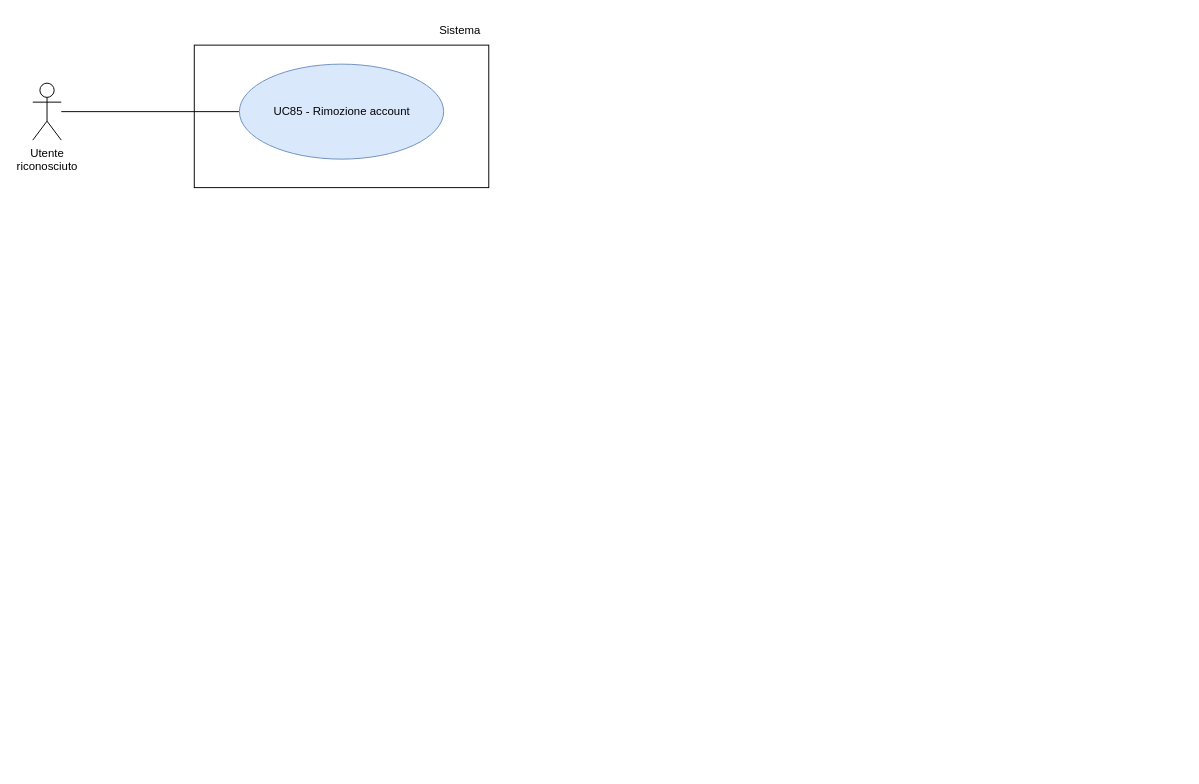
This is RTB/doc_esterna/analisi-dei-requisiti/assets/draw.io/UC85.drawio from thebitless-group-swe/thebitless.github.io, a draw.io file, before an edit. Source tidied: cells renumbered, new cells numbered last; positions are measured from the earlier drawing's top-left corner, leaving out a move shared by most shapes. Both pictures are drawn from the tidied source at 95%, with x=0, y=0 at pixel (32, 16).
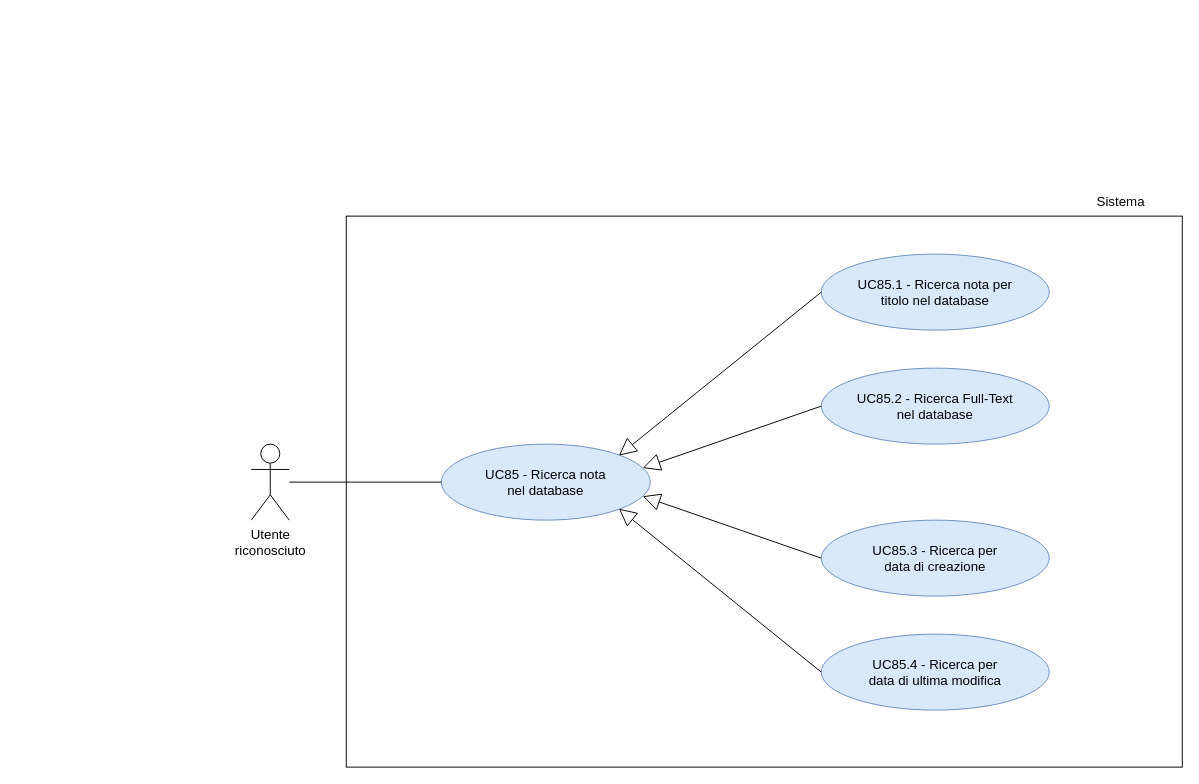
The same diagram, later.

What changed in the source:
```diff
@@
 <mxGraphModel>
   <root>
     <mxCell id="0" />
     <mxCell id="1" parent="0" />
-    <mxCell id="2" style="rounded=0;whiteSpace=wrap;html=1;" parent="1" vertex="1">
-      <mxGeometry x="170" y="30" width="310" height="150" as="geometry" />
-    </mxCell>
-    <mxCell id="3" style="rounded=0;jettySize=auto;html=1;entryX=0;entryY=0.5;entryDx=0;entryDy=0;endArrow=none;endFill=0;" parent="1" edge="1" source="4" target="6">
-      <mxGeometry relative="1" as="geometry" />
-    </mxCell>
+    <mxCell id="5" value="Sistema" style="text;html=1;align=center;verticalAlign=middle;strokeColor=none;fillColor=none;fontSize=14;" parent="1" vertex="1">
+      <mxGeometry x="1110" y="180" width="70" height="30" as="geometry" />
+    </mxCell>
+    <mxCell id="7" style="whiteSpace=wrap;html=1;fillColor=none;strokeColor=#000000;" parent="1" vertex="1">
+      <mxGeometry x="330" y="210" width="880" height="580" as="geometry" />
+    </mxCell>
-    <mxCell id="4" value="Utente&lt;div&gt;riconosciuto&lt;/div&gt;" style="shape=umlActor;verticalLabelPosition=bottom;verticalAlign=top;html=1;outlineConnect=0;" parent="1" vertex="1">
-      <mxGeometry y="70" width="30" height="60" as="geometry" />
+    <mxCell id="4" value="Utente&lt;br&gt;riconosciuto" style="shape=umlActor;verticalLabelPosition=bottom;verticalAlign=top;html=1;outlineConnect=0;fontSize=14;" parent="1" vertex="1">
+      <mxGeometry x="230" y="450" width="40" height="80" as="geometry" />
     </mxCell>
-    <mxCell id="5" value="Sistema" style="text;html=1;whiteSpace=wrap;strokeColor=none;fillColor=none;align=center;verticalAlign=middle;rounded=0;" parent="1" vertex="1">
-      <mxGeometry x="420" width="60" height="30" as="geometry" />
-    </mxCell>
-    <mxCell id="6" value="UC85 - Rimozione account" style="ellipse;whiteSpace=wrap;html=1;fillColor=#dae8fc;strokeColor=#6c8ebf;" parent="1" vertex="1">
-      <mxGeometry x="217.5" y="50" width="215" height="100" as="geometry" />
-    </mxCell>
+    <mxCell id="8" value="UC85 - Ricerca nota&lt;br&gt;nel database" style="ellipse;whiteSpace=wrap;html=1;fillColor=#dae8fc;strokeColor=#6c8ebf;fontSize=14;" parent="1" vertex="1">
+      <mxGeometry x="430" y="450" width="220" height="80" as="geometry" />
+    </mxCell>
+    <mxCell id="9" value="UC85.1 - Ricerca nota per&lt;br&gt;titolo nel database" style="ellipse;whiteSpace=wrap;html=1;fillColor=#dae8fc;strokeColor=#6c8ebf;fontSize=14;" parent="1" vertex="1">
+      <mxGeometry x="830" y="250" width="240" height="80" as="geometry" />
+    </mxCell>
+    <mxCell id="10" value="UC85.2 - Ricerca Full-Text&lt;br&gt;nel database" style="ellipse;whiteSpace=wrap;html=1;fillColor=#dae8fc;strokeColor=#6c8ebf;fontSize=14;" parent="1" vertex="1">
+      <mxGeometry x="830" y="370" width="240" height="80" as="geometry" />
+    </mxCell>
+    <mxCell id="11" value="UC85.3 - Ricerca per&lt;br&gt;data di creazione" style="ellipse;whiteSpace=wrap;html=1;fillColor=#dae8fc;strokeColor=#6c8ebf;fontSize=14;" parent="1" vertex="1">
+      <mxGeometry x="830" y="530" width="240" height="80" as="geometry" />
+    </mxCell>
+    <mxCell id="12" value="UC85.4 - Ricerca per&lt;br&gt;data di ultima modifica" style="ellipse;whiteSpace=wrap;html=1;fillColor=#dae8fc;strokeColor=#6c8ebf;fontSize=14;" parent="1" vertex="1">
+      <mxGeometry x="830" y="650" width="240" height="80" as="geometry" />
+    </mxCell>
+    <mxCell id="13" style="endArrow=none;html=1;rounded=0;entryX=0;entryY=0.5;entryDx=0;entryDy=0;" parent="1" edge="1" source="4" target="8">
+      <mxGeometry relative="1" as="geometry" />
+    </mxCell>
+    <mxCell id="14" style="endArrow=block;endSize=16;endFill=0;html=1;rounded=0;exitX=0;exitY=0.5;exitDx=0;exitDy=0;entryX=0.85;entryY=0.15;entryDx=0;entryDy=0;entryPerimeter=0;" parent="1" edge="1" source="9" target="8">
+      <mxGeometry relative="1" as="geometry" />
+    </mxCell>
+    <mxCell id="15" style="endArrow=block;endSize=16;endFill=0;html=1;rounded=0;exitX=0;exitY=0.5;exitDx=0;exitDy=0;entryX=1;entryY=0.3;entryDx=0;entryDy=0;" parent="1" edge="1" source="10" target="8">
+      <mxGeometry relative="1" as="geometry" />
+    </mxCell>
+    <mxCell id="16" style="endArrow=block;endSize=16;endFill=0;html=1;rounded=0;exitX=0;exitY=0.5;exitDx=0;exitDy=0;entryX=1;entryY=0.7;entryDx=0;entryDy=0;" parent="1" edge="1" source="11" target="8">
+      <mxGeometry relative="1" as="geometry" />
+    </mxCell>
+    <mxCell id="17" style="endArrow=block;endSize=16;endFill=0;html=1;rounded=0;exitX=0;exitY=0.5;exitDx=0;exitDy=0;entryX=0.85;entryY=0.85;entryDx=0;entryDy=0;entryPerimeter=0;" parent="1" edge="1" source="12" target="8">
+      <mxGeometry relative="1" as="geometry" />
+    </mxCell>
   </root>
 </mxGraphModel>
```
